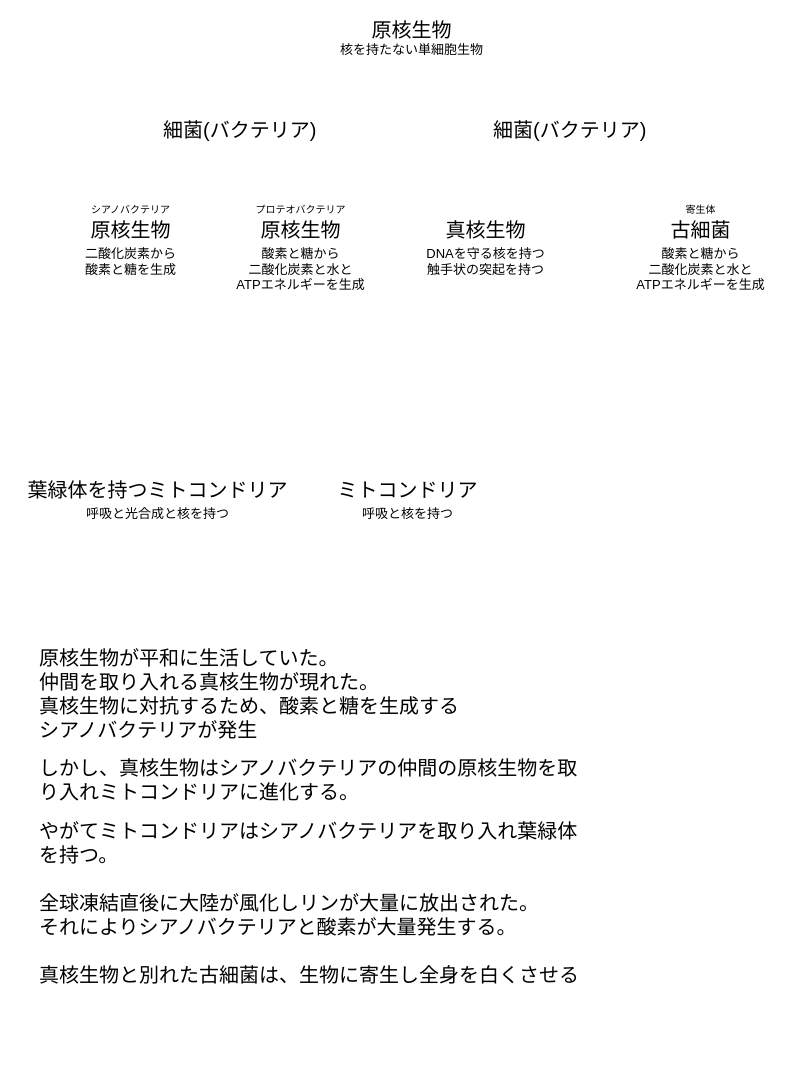
Before: page "誕生" (1 of 2) of eater.drawio in idaks1325/eater_design, a draw.io diagram. Source tidied: cells renumbered, new cells numbered last; positions are measured from the earlier drawing's top-left corner, leaving out a move shared by most shapes. Both pictures are drawn from the tidied source at 100%, with x=0, y=0 at pixel (17, 19).
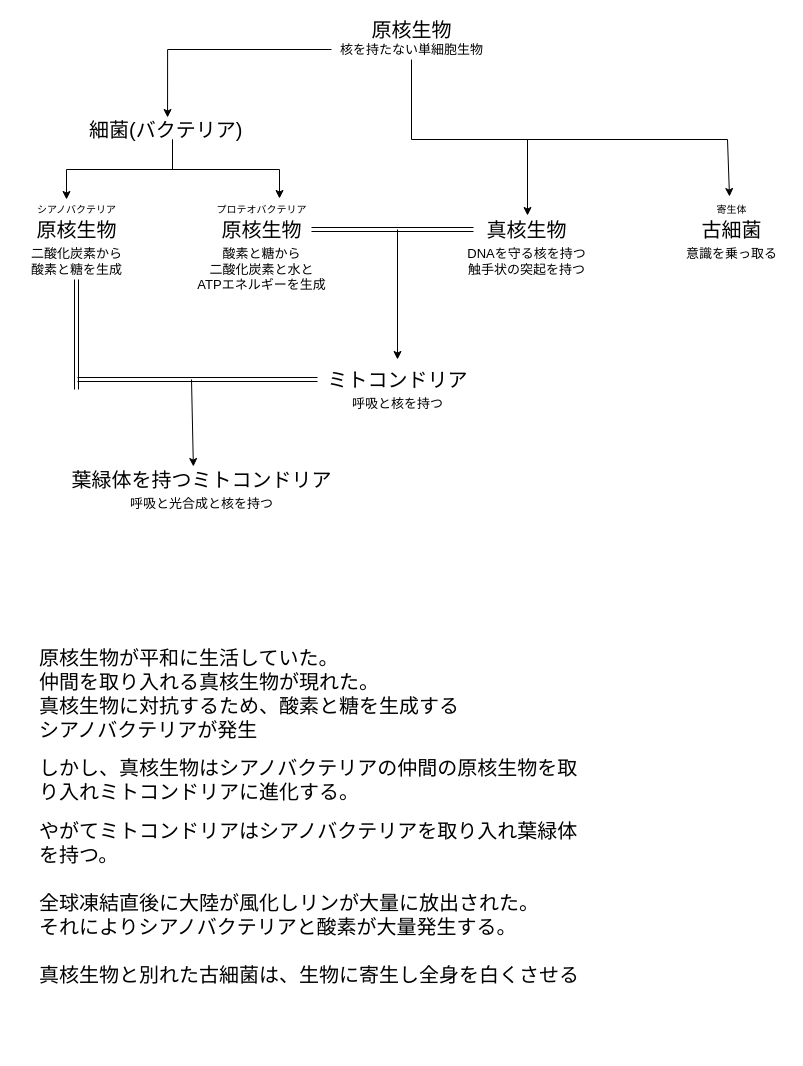
The same page after the edit.

Commit message:
古細菌追加

Unchanged cells that the change refers to:
```xml
<mxCell id="3" value="&lt;span style=&quot;font-family: &amp;#34;arial&amp;#34; ; font-size: 13px&quot;&gt;核を持たない単細胞生物&lt;/span&gt;" style="text;html=1;align=center;verticalAlign=middle;points=[];" parent="1" vertex="1">
  <mxGeometry x="314" y="20" width="160" height="20" as="geometry" />
</mxCell>
```

The edit, as a diff of the source:
```diff
@@
+    <mxCell id="22" style="edgeStyle=orthogonalEdgeStyle;rounded=0;jettySize=auto;html=1;entryX=0.471;entryY=-0.1;entryDx=0;entryDy=0;entryPerimeter=0;" parent="1" edge="1" source="3" target="17">
+      <mxGeometry relative="1" as="geometry" />
+    </mxCell>
+    <mxCell id="23" style="edgeStyle=orthogonalEdgeStyle;rounded=0;jettySize=auto;html=1;entryX=0.51;entryY=-0.2;entryDx=0;entryDy=0;entryPerimeter=0;" parent="1" edge="1" source="3" target="6">
+      <mxGeometry relative="1" as="geometry" />
+    </mxCell>
@@
     <mxCell id="4" value="&lt;font style=&quot;font-size: 20px&quot;&gt;原核生物&lt;/font&gt;" style="text;html=1;align=center;verticalAlign=middle;" parent="1" vertex="1">
-      <mxGeometry x="62.5" y="200" width="100" height="20" as="geometry" />
+      <mxGeometry x="9" y="200" width="100" height="20" as="geometry" />
     </mxCell>
+    <mxCell id="24" style="edgeStyle=orthogonalEdgeStyle;shape=link;rounded=0;orthogonalLoop=1;jettySize=auto;html=1;width=-4;" parent="1" edge="1">
+      <mxGeometry relative="1" as="geometry">
+        <mxPoint x="59" y="260" as="sourcePoint" />
+        <mxPoint x="59" y="370" as="targetPoint" />
+      </mxGeometry>
+    </mxCell>
     <mxCell id="5" value="&lt;span style=&quot;font-family: &amp;#34;arial&amp;#34; ; font-size: 13px&quot;&gt;二酸化炭素から&lt;br&gt;酸素と糖を生成&lt;/span&gt;" style="text;html=1;align=center;verticalAlign=top;" parent="1" vertex="1">
-      <mxGeometry x="57.5" y="220" width="110" height="30" as="geometry" />
+      <mxGeometry x="4" y="220" width="110" height="30" as="geometry" />
     </mxCell>
     <mxCell id="6" value="&lt;font style=&quot;font-size: 20px&quot;&gt;真核生物&lt;/font&gt;" style="text;html=1;align=center;verticalAlign=middle;points=[];" parent="1" vertex="1">
-      <mxGeometry x="417.5" y="200" width="100" height="20" as="geometry" />
+      <mxGeometry x="459" y="200" width="100" height="20" as="geometry" />
     </mxCell>
     <mxCell id="7" value="&lt;font face=&quot;arial&quot;&gt;&lt;span style=&quot;font-size: 13px&quot;&gt;DNAを守る核を持つ&lt;/span&gt;&lt;/font&gt;&lt;br&gt;&lt;font face=&quot;arial&quot;&gt;&lt;span style=&quot;font-size: 13px&quot;&gt;触手状の突起を持つ&lt;/span&gt;&lt;/font&gt;" style="text;html=1;align=center;verticalAlign=top;" parent="1" vertex="1">
-      <mxGeometry x="402.5" y="220" width="130" height="30" as="geometry" />
+      <mxGeometry x="444" y="220" width="130" height="30" as="geometry" />
     </mxCell>
+    <mxCell id="25" style="edgeStyle=orthogonalEdgeStyle;rounded=0;jettySize=auto;html=1;entryX=-0.03;entryY=0.5;entryDx=0;entryDy=0;entryPerimeter=0;shape=link;" parent="1" edge="1" source="8" target="6">
+      <mxGeometry relative="1" as="geometry" />
+    </mxCell>
     <mxCell id="8" value="&lt;font style=&quot;font-size: 20px&quot;&gt;原核生物&lt;/font&gt;" style="text;html=1;align=center;verticalAlign=middle;points=[];" parent="1" vertex="1">
-      <mxGeometry x="232.5" y="200" width="100" height="20" as="geometry" />
+      <mxGeometry x="194" y="200" width="100" height="20" as="geometry" />
     </mxCell>
     <mxCell id="9" value="&lt;font face=&quot;arial&quot;&gt;&lt;span style=&quot;font-size: 13px&quot;&gt;酸素と糖から&lt;br&gt;二酸化炭素と水と&lt;br&gt;ATPエネルギーを生成&lt;br&gt;&lt;/span&gt;&lt;/font&gt;" style="text;html=1;align=center;verticalAlign=top;" parent="1" vertex="1">
-      <mxGeometry x="212.5" y="220" width="140" height="50" as="geometry" />
+      <mxGeometry x="174" y="220" width="140" height="50" as="geometry" />
     </mxCell>
+    <mxCell id="26" style="edgeStyle=orthogonalEdgeStyle;shape=link;rounded=0;jettySize=auto;html=1;" parent="1" edge="1" source="10">
+      <mxGeometry relative="1" as="geometry">
+        <mxPoint x="60" y="360" as="targetPoint" />
+      </mxGeometry>
+    </mxCell>
     <mxCell id="10" value="&lt;font style=&quot;font-size: 20px&quot;&gt;ミトコンドリア&lt;/font&gt;" style="text;html=1;align=center;verticalAlign=middle;points=[];" parent="1" vertex="1">
-      <mxGeometry x="310" y="460" width="160" height="20" as="geometry" />
+      <mxGeometry x="300" y="350" width="160" height="20" as="geometry" />
     </mxCell>
     <mxCell id="11" value="&lt;font face=&quot;arial&quot;&gt;&lt;span style=&quot;font-size: 13px&quot;&gt;呼吸と核を持つ&lt;br&gt;&lt;/span&gt;&lt;/font&gt;" style="text;html=1;align=center;verticalAlign=top;" parent="1" vertex="1">
-      <mxGeometry x="335" y="480" width="110" height="20" as="geometry" />
+      <mxGeometry x="325" y="370" width="110" height="20" as="geometry" />
     </mxCell>
     <mxCell id="12" value="&lt;font style=&quot;font-size: 20px&quot;&gt;葉緑体を持つミトコンドリア&lt;/font&gt;" style="text;html=1;align=center;verticalAlign=middle;points=[];" parent="1" vertex="1">
-      <mxGeometry y="460" width="280" height="20" as="geometry" />
+      <mxGeometry x="44" y="450" width="280" height="20" as="geometry" />
     </mxCell>
     <mxCell id="13" value="&lt;font face=&quot;arial&quot;&gt;&lt;span style=&quot;font-size: 13px&quot;&gt;呼吸と&lt;/span&gt;&lt;/font&gt;&lt;span style=&quot;font-family: &amp;#34;arial&amp;#34; ; font-size: 13px&quot;&gt;光合成と&lt;/span&gt;&lt;font face=&quot;arial&quot;&gt;&lt;span style=&quot;font-size: 13px&quot;&gt;核を持つ&lt;br&gt;&lt;/span&gt;&lt;/font&gt;" style="text;html=1;align=center;verticalAlign=top;" parent="1" vertex="1">
-      <mxGeometry x="60" y="480" width="160" height="20" as="geometry" />
+      <mxGeometry x="104" y="470" width="160" height="20" as="geometry" />
     </mxCell>
@@
     <mxCell id="15" value="&lt;font style=&quot;font-size: 10px&quot;&gt;プロテオバクテリア&lt;/font&gt;" style="text;html=1;align=center;verticalAlign=middle;points=[];" parent="1" vertex="1">
-      <mxGeometry x="232.5" y="180" width="100" height="20" as="geometry" />
+      <mxGeometry x="194" y="180" width="100" height="20" as="geometry" />
     </mxCell>
     <mxCell id="16" value="&lt;font style=&quot;font-size: 10px&quot;&gt;シアノバクテリア&lt;/font&gt;" style="text;html=1;align=center;verticalAlign=middle;points=[];" parent="1" vertex="1">
-      <mxGeometry x="67.5" y="180" width="90" height="20" as="geometry" />
+      <mxGeometry x="14" y="180" width="90" height="20" as="geometry" />
     </mxCell>
+    <mxCell id="27" style="edgeStyle=orthogonalEdgeStyle;rounded=0;jettySize=auto;html=1;entryX=0.389;entryY=0;entryDx=0;entryDy=0;entryPerimeter=0;" parent="1" edge="1" source="17" target="16">
+      <mxGeometry relative="1" as="geometry" />
+    </mxCell>
+    <mxCell id="28" style="edgeStyle=orthogonalEdgeStyle;rounded=0;jettySize=auto;html=1;entryX=0.68;entryY=-0.05;entryDx=0;entryDy=0;entryPerimeter=0;" parent="1" edge="1" source="17" target="15">
+      <mxGeometry relative="1" as="geometry" />
+    </mxCell>
     <mxCell id="17" value="&lt;font style=&quot;font-size: 20px&quot;&gt;細菌(バクテリア)&lt;br&gt;&lt;/font&gt;" style="text;html=1;align=left;verticalAlign=middle;points=[];" parent="1" vertex="1">
-      <mxGeometry x="144" y="100" width="170" height="20" as="geometry" />
+      <mxGeometry x="70" y="100" width="170" height="20" as="geometry" />
     </mxCell>
     <mxCell id="18" value="&lt;font style=&quot;font-size: 20px&quot;&gt;古細菌&lt;/font&gt;" style="text;html=1;align=center;verticalAlign=middle;" parent="1" vertex="1">
-      <mxGeometry x="642.5" y="200" width="80" height="20" as="geometry" />
+      <mxGeometry x="674" y="200" width="80" height="20" as="geometry" />
     </mxCell>
-    <mxCell id="19" value="&lt;font face=&quot;arial&quot;&gt;&lt;span style=&quot;font-size: 13px&quot;&gt;酸素と糖から&lt;br&gt;二酸化炭素と水と&lt;br&gt;ATPエネルギーを生成&lt;br&gt;&lt;/span&gt;&lt;/font&gt;" style="text;html=1;align=center;verticalAlign=top;" parent="1" vertex="1">
-      <mxGeometry x="612.5" y="220" width="140" height="50" as="geometry" />
+    <mxCell id="19" value="&lt;font face=&quot;arial&quot;&gt;&lt;span style=&quot;font-size: 13px&quot;&gt;意識を乗っ取る&lt;br&gt;&lt;/span&gt;&lt;/font&gt;" style="text;html=1;align=center;verticalAlign=top;" parent="1" vertex="1">
+      <mxGeometry x="659" y="220" width="110" height="20" as="geometry" />
     </mxCell>
     <mxCell id="20" value="&lt;font style=&quot;font-size: 10px&quot;&gt;寄生体&lt;/font&gt;" style="text;html=1;align=center;verticalAlign=middle;points=[];" parent="1" vertex="1">
-      <mxGeometry x="657.5" y="180" width="50" height="20" as="geometry" />
+      <mxGeometry x="689" y="180" width="50" height="20" as="geometry" />
     </mxCell>
-    <mxCell id="21" value="&lt;font style=&quot;font-size: 20px&quot;&gt;細菌(バクテリア)&lt;br&gt;&lt;/font&gt;" style="text;html=1;align=left;verticalAlign=middle;" parent="1" vertex="1">
-      <mxGeometry x="474" y="100" width="170" height="20" as="geometry" />
-    </mxCell>
+    <mxCell id="29" style="edgeStyle=orthogonalEdgeStyle;rounded=0;orthogonalLoop=1;jettySize=auto;html=1;entryX=0.5;entryY=0;entryDx=0;entryDy=0;" parent="1" edge="1">
+      <mxGeometry relative="1" as="geometry">
+        <mxPoint x="350" y="505" as="targetPoint" />
+      </mxGeometry>
+    </mxCell>
+    <mxCell id="30" style="endArrow=none;html=1;" parent="1" edge="1">
+      <mxGeometry relative="1" as="geometry">
+        <mxPoint x="509" y="120" as="sourcePoint" />
+        <mxPoint x="710" y="120" as="targetPoint" />
+      </mxGeometry>
+    </mxCell>
+    <mxCell id="31" style="endArrow=classic;html=1;entryX=0.46;entryY=-0.15;entryDx=0;entryDy=0;entryPerimeter=0;" parent="1" edge="1" target="20">
+      <mxGeometry relative="1" as="geometry">
+        <mxPoint x="710" y="120" as="sourcePoint" />
+      </mxGeometry>
+    </mxCell>
+    <mxCell id="32" style="endArrow=classic;html=1;" parent="1" edge="1">
+      <mxGeometry relative="1" as="geometry">
+        <mxPoint x="380" y="210" as="sourcePoint" />
+        <mxPoint x="380" y="340" as="targetPoint" />
+      </mxGeometry>
+    </mxCell>
+    <mxCell id="33" style="endArrow=classic;html=1;entryX=0.471;entryY=-0.15;entryDx=0;entryDy=0;entryPerimeter=0;" parent="1" edge="1" target="12">
+      <mxGeometry relative="1" as="geometry">
+        <mxPoint x="174" y="360" as="sourcePoint" />
+      </mxGeometry>
+    </mxCell>
```
